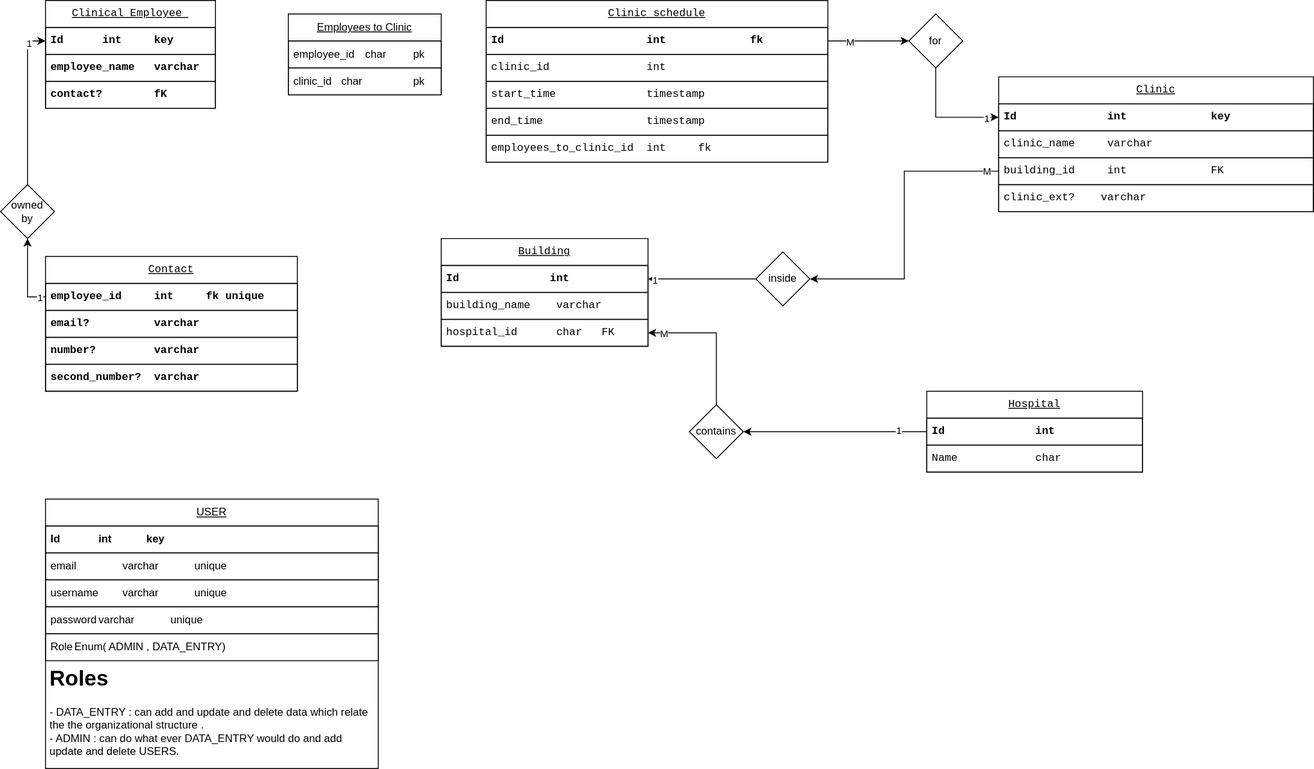
Before: etc/imgs/database.drawio.svg, a diagram exported from draw.io (Abdullah-Khawahir/clinics-schedules). Source tidied: cells renumbered, new cells last; positions are measured from the earlier drawing's top-left corner, leaving out a move shared by most shapes.
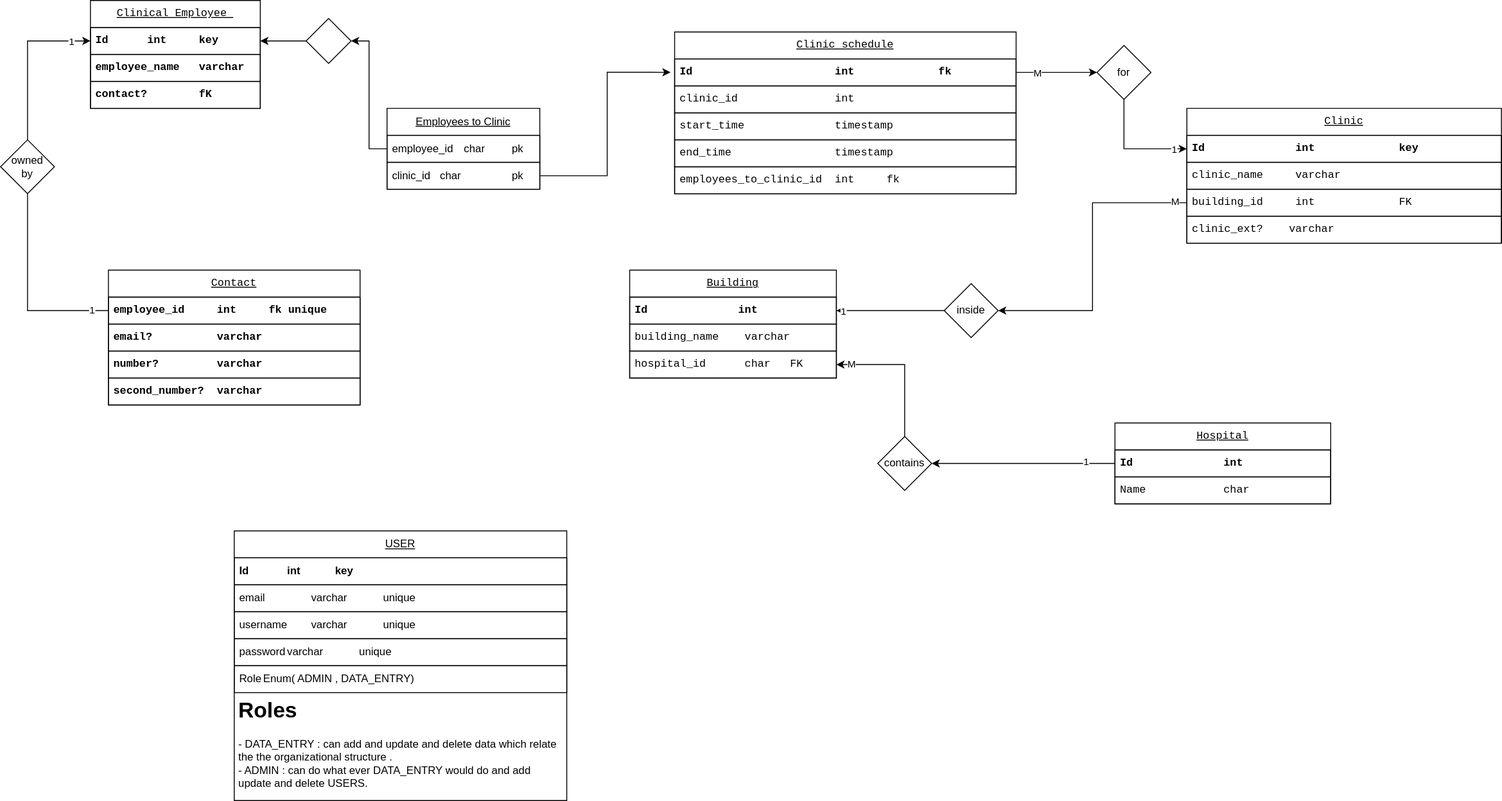
The same diagram one commit later.

What changed in the source:
```diff
@@ -1,4 +1,4 @@
-<mxGraphModel>
+<mxGraphModel background="#ffffff">
   <root>
     <mxCell id="0" />
     <mxCell id="1" parent="0" />
@@ -39,7 +39,7 @@
       <mxGeometry y="120" width="350" height="30" as="geometry" />
     </mxCell>
     <mxCell id="14" value="Clinical Employee&amp;nbsp; " style="swimlane;fontStyle=4;horizontal=1;startSize=30;whiteSpace=wrap;html=1;fontFamily=monospace;" parent="1" vertex="1">
-      <mxGeometry x="50" width="189" height="120" as="geometry" />
+      <mxGeometry x="-110" y="-35" width="189" height="120" as="geometry" />
     </mxCell>
     <mxCell id="15" value="Id&lt;span style=&quot;white-space: pre;&quot;&gt;&#9;&lt;/span&gt;int&lt;span style=&quot;white-space: pre;&quot;&gt;&#9;&lt;/span&gt;key" style="text;strokeColor=default;fillColor=none;align=left;verticalAlign=middle;spacingLeft=4;spacingRight=4;overflow=hidden;points=[[0,0.5],[1,0.5]];portConstraint=eastwest;whiteSpace=wrap;html=1;fontStyle=1;labelBorderColor=none;labelBackgroundColor=none;horizontal=1;spacingTop=0;fontFamily=monospace;" parent="14" vertex="1">
       <mxGeometry y="30" width="189" height="30" as="geometry" />
@@ -69,7 +69,7 @@
       <mxGeometry y="150" width="380" height="30" as="geometry" />
     </mxCell>
     <mxCell id="24" value="Contact" style="swimlane;fontStyle=4;horizontal=1;startSize=30;whiteSpace=wrap;html=1;fontFamily=monospace;" parent="1" vertex="1">
-      <mxGeometry x="50" y="285" width="280" height="150" as="geometry" />
+      <mxGeometry x="-90" y="265" width="280" height="150" as="geometry" />
     </mxCell>
     <mxCell id="25" value="employee_id&lt;span style=&quot;white-space: pre;&quot;&gt;&#9;&lt;/span&gt;int&lt;span style=&quot;white-space: pre;&quot;&gt;&#9;&lt;/span&gt;fk unique" style="text;strokeColor=default;fillColor=none;align=left;verticalAlign=middle;spacingLeft=4;spacingRight=4;overflow=hidden;points=[[0,0.5],[1,0.5]];portConstraint=eastwest;whiteSpace=wrap;html=1;fontStyle=1;labelBorderColor=none;labelBackgroundColor=none;horizontal=1;spacingTop=0;fontFamily=monospace;" parent="24" vertex="1">
       <mxGeometry y="30" width="280" height="30" as="geometry" />
@@ -134,14 +134,14 @@
     <mxCell id="45" value="for" style="rhombus;whiteSpace=wrap;html=1;" parent="1" vertex="1">
       <mxGeometry x="1010" y="15" width="60" height="60" as="geometry" />
     </mxCell>
-    <mxCell id="46" style="edgeStyle=orthogonalEdgeStyle;rounded=0;jettySize=auto;html=1;entryX=0.5;entryY=1;entryDx=0;entryDy=0;" parent="1" edge="1" source="25" target="48">
+    <mxCell id="46" style="edgeStyle=orthogonalEdgeStyle;rounded=0;jettySize=auto;html=1;entryX=0.5;entryY=1;entryDx=0;entryDy=0;endArrow=none;endFill=0;" parent="1" edge="1" source="25" target="48">
       <mxGeometry relative="1" as="geometry" />
     </mxCell>
     <mxCell id="47" value="1" style="edgeLabel;html=1;align=center;verticalAlign=middle;" parent="46" vertex="1">
       <mxGeometry x="-0.84" relative="1" as="geometry" />
     </mxCell>
     <mxCell id="48" value="&lt;div&gt;owned&lt;/div&gt;&lt;div&gt;by&lt;br&gt;&lt;/div&gt;" style="rhombus;whiteSpace=wrap;html=1;" parent="1" vertex="1">
-      <mxGeometry y="205" width="60" height="60" as="geometry" />
+      <mxGeometry x="-210" y="120" width="60" height="60" as="geometry" />
     </mxCell>
     <mxCell id="49" value="USER" style="swimlane;fontStyle=4;horizontal=1;startSize=30;whiteSpace=wrap;html=1;" parent="1" vertex="1">
       <mxGeometry x="50" y="555" width="370" height="300" as="geometry" />
@@ -165,7 +165,7 @@
       <mxGeometry y="180" width="370" height="120" as="geometry" />
     </mxCell>
     <mxCell id="56" value="Employees to Clinic" style="swimlane;fontStyle=4;horizontal=1;startSize=30;whiteSpace=wrap;html=1;" parent="1" vertex="1">
-      <mxGeometry x="320" y="15" width="170" height="90" as="geometry" />
+      <mxGeometry x="220" y="85" width="170" height="90" as="geometry" />
     </mxCell>
     <mxCell id="57" value="employee_id&lt;span style=&quot;white-space: pre;&quot;&gt;&#9;&lt;/span&gt;char&lt;span style=&quot;white-space: pre;&quot;&gt;&#9;&lt;/span&gt;&lt;span style=&quot;white-space: pre;&quot;&gt;&#9;&lt;/span&gt;pk" style="text;strokeColor=default;fillColor=none;align=left;verticalAlign=middle;spacingLeft=4;spacingRight=4;overflow=hidden;points=[[0,0.5],[1,0.5]];portConstraint=eastwest;whiteSpace=wrap;html=1;" parent="56" vertex="1">
       <mxGeometry y="30" width="170" height="30" as="geometry" />
@@ -173,5 +173,17 @@
     <mxCell id="58" value="clinic_id&lt;span style=&quot;white-space: pre;&quot;&gt;&#9;&lt;/span&gt;char&lt;span style=&quot;white-space: pre;&quot;&gt;&#9;&lt;/span&gt;&lt;span style=&quot;white-space: pre;&quot;&gt;&#9;&lt;/span&gt;&lt;span style=&quot;white-space: pre;&quot;&gt;&#9;&lt;/span&gt;pk" style="text;strokeColor=default;fillColor=none;align=left;verticalAlign=middle;spacingLeft=4;spacingRight=4;overflow=hidden;points=[[0,0.5],[1,0.5]];portConstraint=eastwest;whiteSpace=wrap;html=1;" parent="56" vertex="1">
       <mxGeometry y="60" width="170" height="30" as="geometry" />
     </mxCell>
+    <mxCell id="59" style="edgeStyle=orthogonalEdgeStyle;rounded=0;jettySize=auto;html=1;entryX=-0.012;entryY=0.498;entryDx=0;entryDy=0;entryPerimeter=0;" parent="1" edge="1" source="58" target="19">
+      <mxGeometry relative="1" as="geometry" />
+    </mxCell>
+    <mxCell id="60" style="edgeStyle=orthogonalEdgeStyle;rounded=0;jettySize=auto;html=1;entryX=1;entryY=0.5;entryDx=0;entryDy=0;" parent="1" edge="1" source="62" target="15">
+      <mxGeometry relative="1" as="geometry" />
+    </mxCell>
+    <mxCell id="61" style="edgeStyle=orthogonalEdgeStyle;rounded=0;jettySize=auto;html=1;entryX=1;entryY=0.5;entryDx=0;entryDy=0;" parent="1" edge="1" source="57" target="62">
+      <mxGeometry relative="1" as="geometry" />
+    </mxCell>
+    <mxCell id="62" style="rhombus;whiteSpace=wrap;html=1;" parent="1" vertex="1">
+      <mxGeometry x="130" y="-15" width="50" height="50" as="geometry" />
+    </mxCell>
   </root>
 </mxGraphModel>
```
